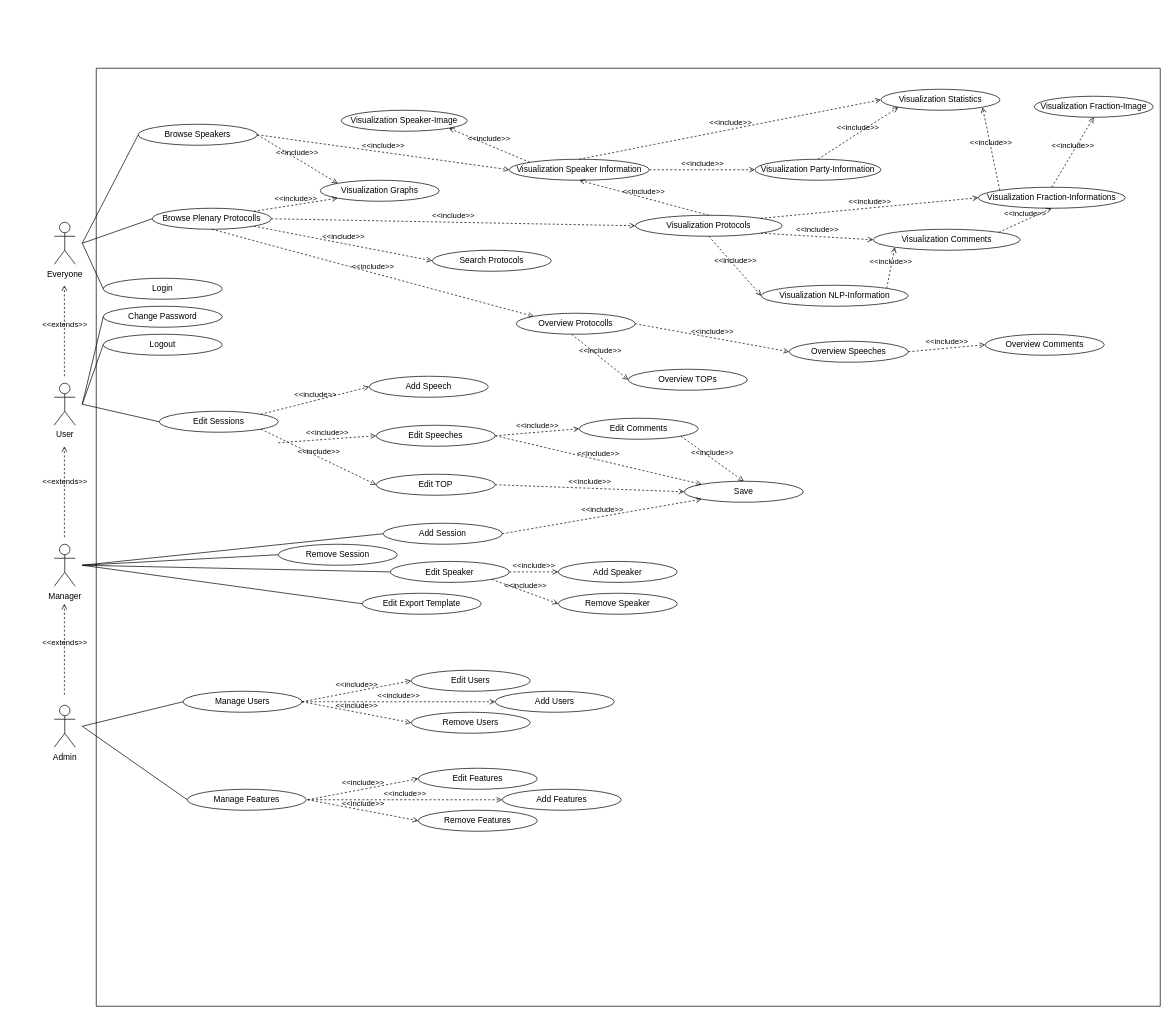
The draw.io diagram Diagramme/Use-Case-Diagramm.drawio in Andrej-Art/Parliament_Browser, before the edit. Source tidied: cells renumbered, new cells numbered last; positions are measured from the earlier drawing's top-left corner, leaving out a move shared by most shapes. Both pictures are drawn from the tidied source at 70%, with x=0, y=0 at pixel (54, 68).
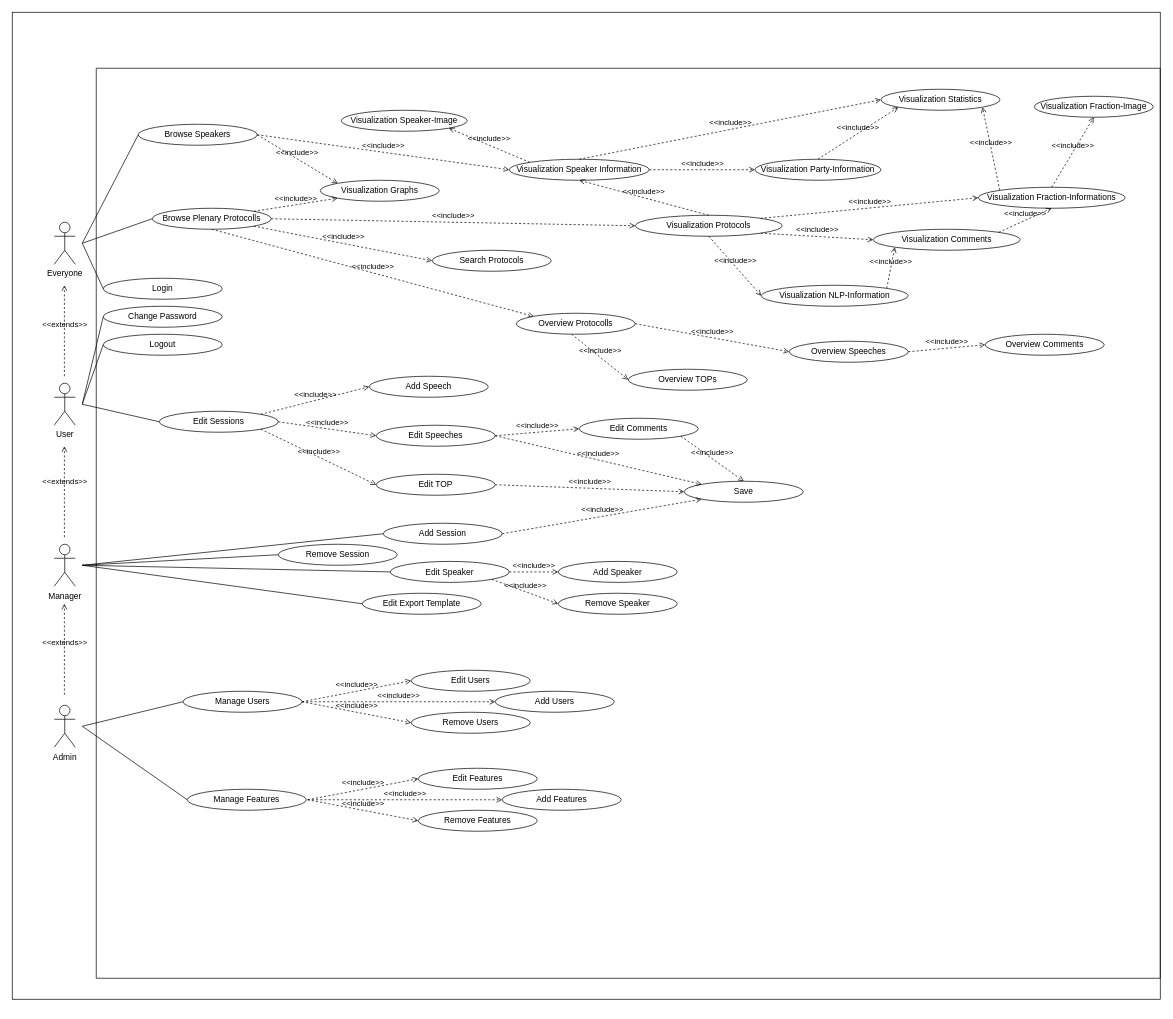
Above is the later version.

Commit message:
Löschung sinnfreie Dateien aus dem Diagrammeordner

The change refers to these unchanged cells:
```xml
<mxCell id="48" value="Edit Sessions" style="ellipse;whiteSpace=wrap;html=1;" parent="6" vertex="1">
  <mxGeometry x="90" y="490" width="170" height="30" as="geometry" />
</mxCell>
<mxCell id="49" value="Edit Speeches" style="ellipse;whiteSpace=wrap;html=1;" parent="6" vertex="1">
  <mxGeometry x="400" y="510" width="170" height="30" as="geometry" />
</mxCell>
```

Diff of the diagram source:
```diff
@@
+    <mxCell id="99" style="rounded=0;whiteSpace=wrap;html=1;" parent="1" vertex="1">
+      <mxGeometry x="-60" y="-80" width="1640" height="1410" as="geometry" />
+    </mxCell>
@@
     <mxCell id="6" style="swimlane;startSize=0;" parent="1" vertex="1">
-      <mxGeometry x="60" width="1520" height="1340" as="geometry" />
+      <mxGeometry x="60" width="1520" height="1300" as="geometry" />
     </mxCell>
@@
+    <mxCell id="92" value="&amp;lt;&amp;lt;include&amp;gt;&amp;gt;" style="edgeStyle=none;html=1;endArrow=open;verticalAlign=bottom;dashed=1;labelBackgroundColor=none;rounded=0;entryX=0;entryY=0.5;entryDx=0;entryDy=0;exitX=1;exitY=0.5;exitDx=0;exitDy=0;" parent="6" edge="1" source="48" target="49">
+      <mxGeometry relative="1" as="geometry" />
+    </mxCell>
@@
-    <mxCell id="92" value="&amp;lt;&amp;lt;include&amp;gt;&amp;gt;" style="edgeStyle=none;html=1;endArrow=open;verticalAlign=bottom;dashed=1;labelBackgroundColor=none;rounded=0;entryX=0;entryY=0.5;entryDx=0;entryDy=0;" parent="1" edge="1" target="49">
-      <mxGeometry relative="1" as="geometry">
-        <mxPoint x="320" y="535" as="sourcePoint" />
-      </mxGeometry>
-    </mxCell>
```
